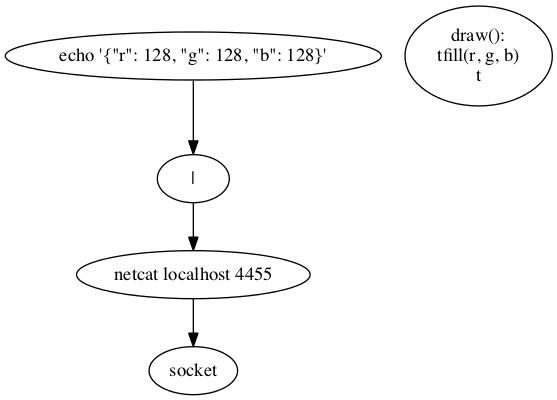
Earlier version of the Graphviz export static/ejemplo.png (UNPSJB/so-ipc-2015). Its source is kept beside it as static/ejemplo.dot.
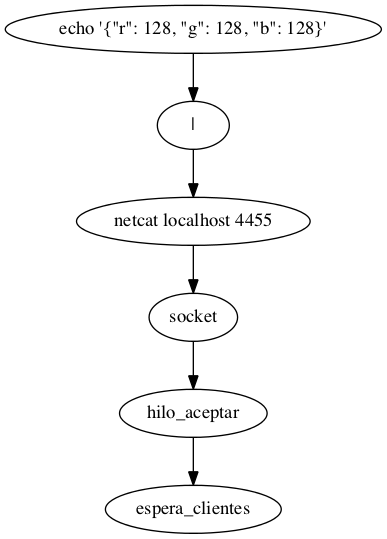
After the commit.

Change to the diagram source:
```diff
@@ -1,4 +1,5 @@
 digraph G {
+
     programa_c [label="echo '{\"r\": 128, \"g\": 128, \"b\": 128}'"];
     pipe[label="|"];
     nc[label="netcat localhost 4455"];
@@ -6,5 +7,6 @@
 
     socket[shape=oval];
 
-    draw[label="draw():\n\tfill(r, g, b)\n\t"]
+    socket -> hilo_aceptar;
+    hilo_aceptar -> espera_clientes [rankdir=LR];
 }
```
